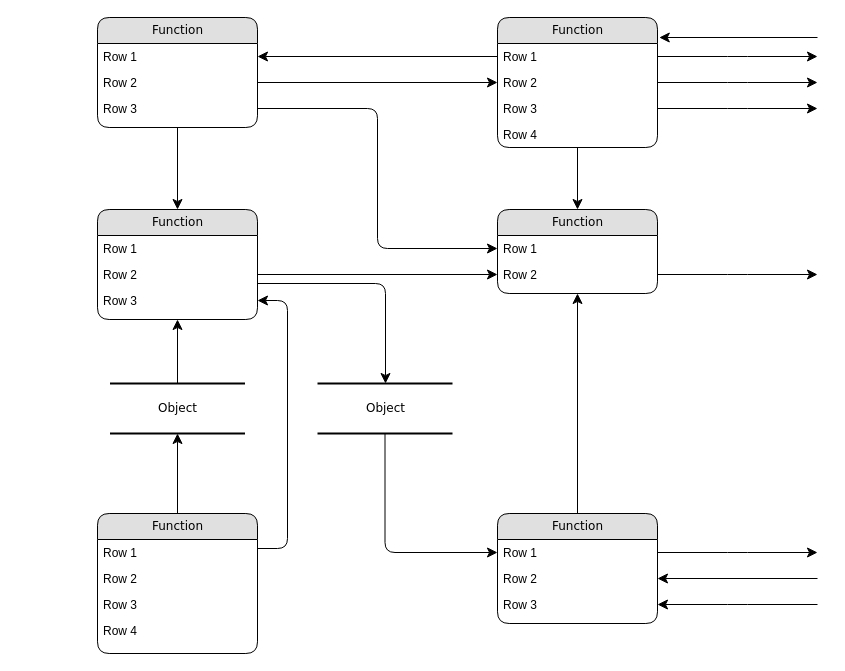
This is Camera_MTKAPIs.drawio from Chloe-oss/Draw.io_Camera, a draw.io file, before an edit. Source tidied: cells renumbered, new cells numbered last; positions are measured from the earlier drawing's top-left corner, leaving out a move shared by most shapes. Both pictures are drawn from the tidied source at 100%, with x=0, y=0 at pixel (97, 17).
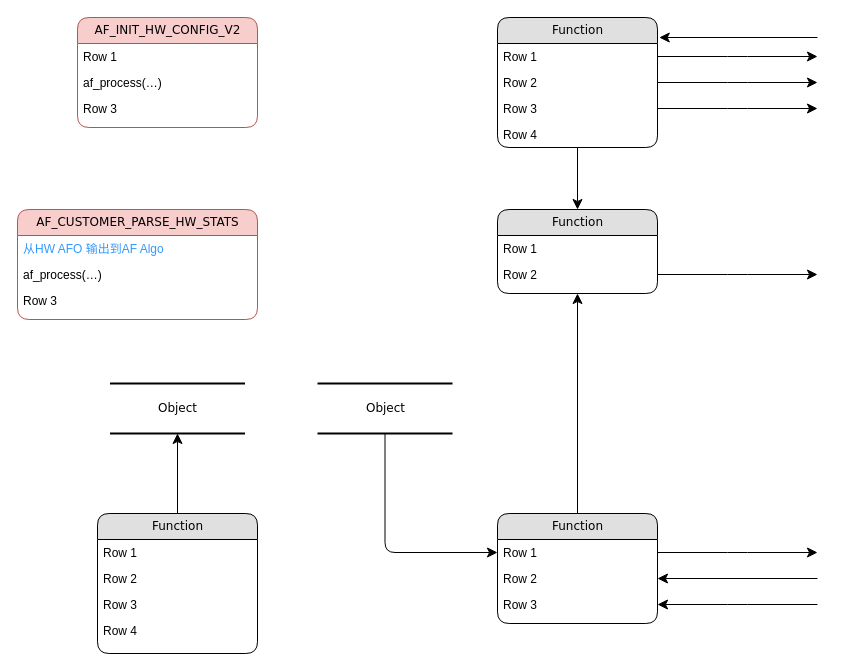
After the change.

Unchanged cells that the change refers to:
```xml
<mxCell id="2" value="Object" style="html=1;rounded=0;shadow=0;comic=0;labelBackgroundColor=none;strokeWidth=2;fontFamily=Verdana;fontSize=12;align=center;shape=mxgraph.ios7ui.horLines;" parent="1" vertex="1">
  <mxGeometry x="12.5" y="366" width="135" height="50" as="geometry" />
</mxCell>
<mxCell id="8" value="Row 1" style="text;html=1;strokeColor=none;fillColor=none;spacingLeft=4;spacingRight=4;whiteSpace=wrap;overflow=hidden;points=[[0,0.5],[1,0.5]];portConstraint=eastwest;" parent="7" vertex="1">
  <mxGeometry y="26" width="160" height="26" as="geometry" />
</mxCell>
<mxCell id="9" value="Row 2" style="text;html=1;strokeColor=none;fillColor=none;spacingLeft=4;spacingRight=4;whiteSpace=wrap;overflow=hidden;points=[[0,0.5],[1,0.5]];portConstraint=eastwest;" parent="7" vertex="1">
  <mxGeometry y="52" width="160" height="26" as="geometry" />
</mxCell>
<mxCell id="16" value="Function" style="swimlane;html=1;fontStyle=0;horizontal=1;startSize=26;fillColor=#e0e0e0;swimlaneFillColor=#ffffff;align=center;rounded=1;shadow=0;comic=0;labelBackgroundColor=none;strokeWidth=1;fontFamily=Verdana;fontSize=12;" parent="1" vertex="1">
  <mxGeometry y="496" width="160" height="140" as="geometry" />
</mxCell>
<mxCell id="22" value="Row 1" style="text;html=1;strokeColor=none;fillColor=none;spacingLeft=4;spacingRight=4;whiteSpace=wrap;overflow=hidden;points=[[0,0.5],[1,0.5]];portConstraint=eastwest;" parent="21" vertex="1">
  <mxGeometry y="26" width="160" height="26" as="geometry" />
</mxCell>
<mxCell id="23" value="Row 2" style="text;html=1;strokeColor=none;fillColor=none;spacingLeft=4;spacingRight=4;whiteSpace=wrap;overflow=hidden;points=[[0,0.5],[1,0.5]];portConstraint=eastwest;" parent="21" vertex="1">
  <mxGeometry y="52" width="160" height="26" as="geometry" />
</mxCell>
<mxCell id="28" value="Object" style="html=1;rounded=0;shadow=0;comic=0;labelBackgroundColor=none;strokeWidth=2;fontFamily=Verdana;fontSize=12;align=center;shape=mxgraph.ios7ui.horLines;" parent="1" vertex="1">
  <mxGeometry x="220" y="366" width="135" height="50" as="geometry" />
</mxCell>
```

Diff of the diagram source:
```diff
@@
-    <mxCell id="3" value="Function" style="swimlane;html=1;fontStyle=0;horizontal=1;startSize=26;fillColor=#e0e0e0;swimlaneFillColor=#ffffff;align=center;rounded=1;shadow=0;comic=0;labelBackgroundColor=none;strokeWidth=1;fontFamily=Verdana;fontSize=12;" parent="1" vertex="1">
-      <mxGeometry width="160" height="110" as="geometry" />
+    <mxCell id="3" value="AF_INIT_HW_CONFIG_V2" style="swimlane;html=1;fontStyle=0;horizontal=1;startSize=26;fillColor=#f8cecc;swimlaneFillColor=#ffffff;align=center;rounded=1;shadow=0;comic=0;labelBackgroundColor=none;strokeWidth=1;fontFamily=Verdana;fontSize=12;strokeColor=#b85450;" parent="1" vertex="1">
+      <mxGeometry x="-20" width="180" height="110" as="geometry" />
     </mxCell>
     <mxCell id="4" value="Row 1" style="text;html=1;strokeColor=none;fillColor=none;spacingLeft=4;spacingRight=4;whiteSpace=wrap;overflow=hidden;points=[[0,0.5],[1,0.5]];portConstraint=eastwest;" parent="3" vertex="1">
-      <mxGeometry y="26" width="160" height="26" as="geometry" />
+      <mxGeometry y="26" width="180" height="26" as="geometry" />
     </mxCell>
-    <mxCell id="5" value="Row 2" style="text;html=1;strokeColor=none;fillColor=none;spacingLeft=4;spacingRight=4;whiteSpace=wrap;overflow=hidden;points=[[0,0.5],[1,0.5]];portConstraint=eastwest;" parent="3" vertex="1">
-      <mxGeometry y="52" width="160" height="26" as="geometry" />
+    <mxCell id="5" value="af_process(…)" style="text;html=1;strokeColor=none;fillColor=none;spacingLeft=4;spacingRight=4;whiteSpace=wrap;overflow=hidden;points=[[0,0.5],[1,0.5]];portConstraint=eastwest;noLabel=0;portConstraintRotation=0;snapToPoint=0;movableLabel=0;fixedWidth=0;" parent="3" vertex="1">
+      <mxGeometry y="52" width="180" height="26" as="geometry" />
     </mxCell>
     <mxCell id="6" value="Row 3" style="text;html=1;strokeColor=none;fillColor=none;spacingLeft=4;spacingRight=4;whiteSpace=wrap;overflow=hidden;points=[[0,0.5],[1,0.5]];portConstraint=eastwest;" parent="3" vertex="1">
-      <mxGeometry y="78" width="160" height="26" as="geometry" />
+      <mxGeometry y="78" width="180" height="26" as="geometry" />
     </mxCell>
@@
-    <mxCell id="12" value="Function" style="swimlane;html=1;fontStyle=0;horizontal=1;startSize=26;fillColor=#e0e0e0;swimlaneFillColor=#ffffff;align=center;rounded=1;shadow=0;comic=0;labelBackgroundColor=none;strokeWidth=1;fontFamily=Verdana;fontSize=12;" parent="1" vertex="1">
-      <mxGeometry y="192" width="160" height="110" as="geometry" />
+    <mxCell id="12" value="AF_CUSTOMER_PARSE_HW_STATS" style="swimlane;html=1;fontStyle=0;horizontal=1;startSize=26;fillColor=#f8cecc;swimlaneFillColor=#ffffff;align=center;rounded=1;shadow=0;comic=0;labelBackgroundColor=none;strokeWidth=1;fontFamily=Verdana;fontSize=12;strokeColor=#b85450;" parent="1" vertex="1">
+      <mxGeometry x="-80" y="192" width="240" height="110" as="geometry" />
     </mxCell>
+    <mxCell id="49" style="group;" parent="12" vertex="1">
+      <mxGeometry y="26" width="240" height="78" as="geometry" />
+    </mxCell>
-    <mxCell id="13" value="Row 1" style="text;html=1;strokeColor=none;fillColor=none;spacingLeft=4;spacingRight=4;whiteSpace=wrap;overflow=hidden;" parent="12" vertex="1">
-      <mxGeometry y="26" width="160" height="26" as="geometry" />
+    <mxCell id="13" value="从HW AFO 输出到AF Algo" style="text;html=1;strokeColor=none;fillColor=none;spacingLeft=4;spacingRight=4;whiteSpace=wrap;overflow=hidden;fontColor=#3399FF;" parent="49" vertex="1">
+      <mxGeometry width="240" height="26" as="geometry" />
     </mxCell>
-    <mxCell id="14" value="Row 2" style="text;html=1;strokeColor=none;fillColor=none;spacingLeft=4;spacingRight=4;whiteSpace=wrap;overflow=hidden;points=[[0,0.5],[1,0.5]];portConstraint=eastwest;" parent="12" vertex="1">
-      <mxGeometry y="52" width="160" height="26" as="geometry" />
+    <mxCell id="14" value="af_process(…)" style="text;html=1;strokeColor=none;fillColor=none;spacingLeft=4;spacingRight=4;whiteSpace=wrap;overflow=hidden;points=[[0,0.5],[1,0.5]];portConstraint=eastwest;" parent="49" vertex="1">
+      <mxGeometry y="26" width="240" height="26" as="geometry" />
     </mxCell>
-    <mxCell id="15" value="Row 3" style="text;html=1;strokeColor=none;fillColor=none;spacingLeft=4;spacingRight=4;whiteSpace=wrap;overflow=hidden;points=[[0,0.5],[1,0.5]];portConstraint=eastwest;" parent="12" vertex="1">
-      <mxGeometry y="78" width="160" height="26" as="geometry" />
+    <mxCell id="15" value="Row 3" style="text;html=1;strokeColor=none;fillColor=none;spacingLeft=4;spacingRight=4;whiteSpace=wrap;overflow=hidden;points=[[0,0.5],[1,0.5]];portConstraint=eastwest;" parent="49" vertex="1">
+      <mxGeometry y="52" width="240" height="26" as="geometry" />
     </mxCell>
@@
-    <mxCell id="30" style="edgeStyle=none;html=1;labelBackgroundColor=none;startFill=0;startSize=8;endFill=1;endSize=8;fontFamily=Verdana;fontSize=12;" parent="1" edge="1" source="2" target="12">
-      <mxGeometry relative="1" as="geometry" />
-    </mxCell>
-    <mxCell id="31" style="edgeStyle=orthogonalEdgeStyle;html=1;labelBackgroundColor=none;startFill=0;startSize=8;endFill=1;endSize=8;fontFamily=Verdana;fontSize=12;exitX=1;exitY=0.25;entryX=1;entryY=0.5;" parent="1" edge="1" source="16" target="15">
-      <mxGeometry relative="1" as="geometry">
-        <Array as="points">
-          <mxPoint x="190" y="531" />
-          <mxPoint x="190" y="283" />
-        </Array>
-      </mxGeometry>
-    </mxCell>
@@
-    <mxCell id="33" style="edgeStyle=orthogonalEdgeStyle;html=1;labelBackgroundColor=none;startFill=0;startSize=8;endFill=1;endSize=8;fontFamily=Verdana;fontSize=12;" parent="1" edge="1" source="12" target="28">
-      <mxGeometry relative="1" as="geometry">
-        <Array as="points">
-          <mxPoint x="288" y="266" />
-        </Array>
-      </mxGeometry>
-    </mxCell>
-    <mxCell id="34" style="edgeStyle=orthogonalEdgeStyle;html=1;labelBackgroundColor=none;startFill=0;startSize=8;endFill=1;endSize=8;fontFamily=Verdana;fontSize=12;" parent="1" edge="1" source="3" target="12">
-      <mxGeometry relative="1" as="geometry" />
-    </mxCell>
@@
-    <mxCell id="37" style="edgeStyle=orthogonalEdgeStyle;html=1;entryX=0;entryY=0.5;labelBackgroundColor=none;startFill=0;startSize=8;endFill=1;endSize=8;fontFamily=Verdana;fontSize=12;exitX=1;exitY=0.5;" parent="1" edge="1" source="5" target="9">
-      <mxGeometry relative="1" as="geometry" />
-    </mxCell>
-    <mxCell id="38" style="edgeStyle=orthogonalEdgeStyle;html=1;exitX=0;exitY=0.5;entryX=1;entryY=0.5;labelBackgroundColor=none;startFill=0;startSize=8;endFill=1;endSize=8;fontFamily=Verdana;fontSize=12;" parent="1" edge="1" source="8" target="4">
-      <mxGeometry relative="1" as="geometry" />
-    </mxCell>
-    <mxCell id="39" style="edgeStyle=orthogonalEdgeStyle;html=1;exitX=1;exitY=0.5;entryX=0;entryY=0.5;labelBackgroundColor=none;startFill=0;startSize=8;endFill=1;endSize=8;fontFamily=Verdana;fontSize=12;" parent="1" edge="1" source="6" target="22">
-      <mxGeometry relative="1" as="geometry" />
-    </mxCell>
-    <mxCell id="40" style="edgeStyle=orthogonalEdgeStyle;html=1;exitX=1;exitY=0.5;entryX=0;entryY=0.5;labelBackgroundColor=none;startFill=0;startSize=8;endFill=1;endSize=8;fontFamily=Verdana;fontSize=12;" parent="1" edge="1" source="14" target="23">
-      <mxGeometry relative="1" as="geometry" />
-    </mxCell>
```
